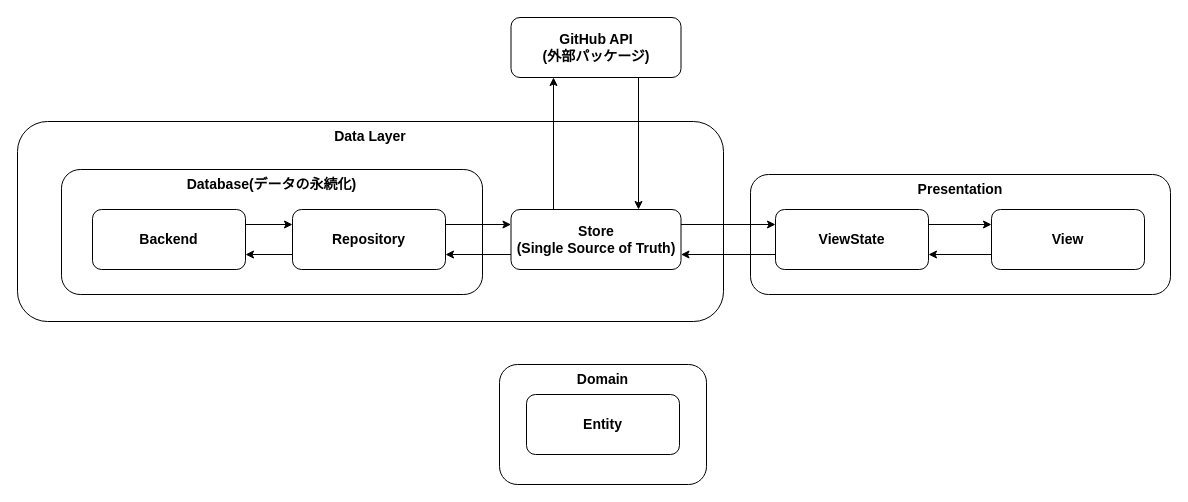
This is GitHubRepositorySearch/GitHubRepositorySearch/Resources/Architecture.drawio from pommdau/github-repository-search, a draw.io file, before an edit. Source tidied: cells renumbered, new cells numbered last; positions are measured from the earlier drawing's top-left corner, leaving out a move shared by most shapes. Both pictures are drawn from the tidied source at 100%, with x=0, y=0 at pixel (17, 17).
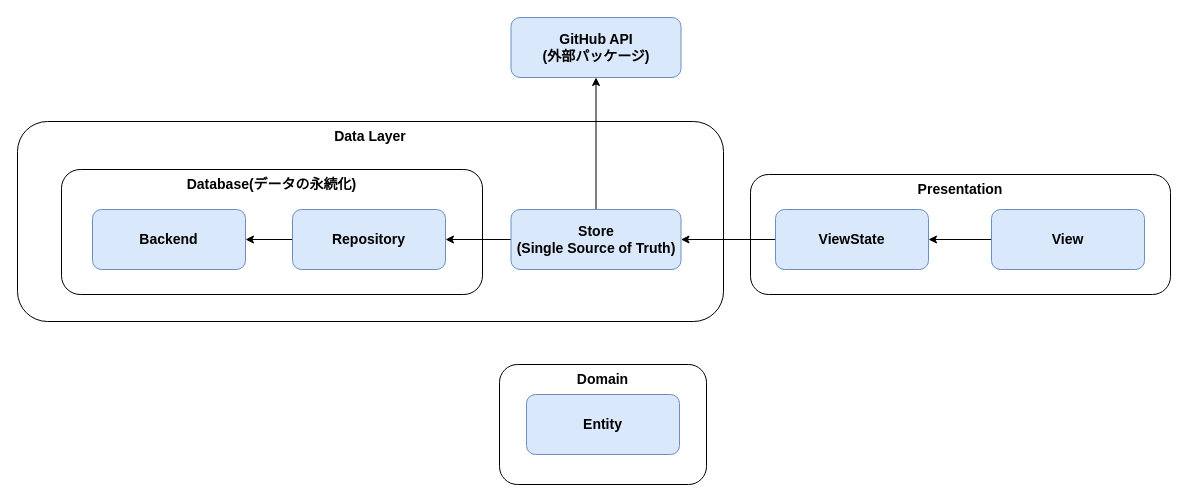
Above is the later version.

The edit, as a diff of the source:
```diff
@@
-    <mxCell id="5" style="edgeStyle=orthogonalEdgeStyle;rounded=0;jettySize=auto;html=1;exitX=0.75;exitY=1;exitDx=0;exitDy=0;entryX=0.75;entryY=0;entryDx=0;entryDy=0;" parent="1" edge="1" source="6" target="15">
-      <mxGeometry relative="1" as="geometry" />
-    </mxCell>
-    <mxCell id="6" value="GitHub API&lt;br&gt;(外部パッケージ)" style="rounded=1;whiteSpace=wrap;html=1;fontSize=14;fontStyle=1;" parent="1" vertex="1">
+    <mxCell id="6" value="GitHub API&lt;br&gt;(外部パッケージ)" style="rounded=1;whiteSpace=wrap;html=1;fontSize=14;fontStyle=1;fillColor=#dae8fc;strokeColor=#6c8ebf;" parent="1" vertex="1">
       <mxGeometry x="493.5" width="170" height="60" as="geometry" />
     </mxCell>
-    <mxCell id="7" style="edgeStyle=orthogonalEdgeStyle;rounded=0;jettySize=auto;html=1;exitX=0;exitY=0.75;exitDx=0;exitDy=0;entryX=1;entryY=0.75;entryDx=0;entryDy=0;fontSize=14;fontStyle=1;" parent="1" edge="1" source="8" target="11">
+    <mxCell id="7" style="edgeStyle=orthogonalEdgeStyle;rounded=0;jettySize=auto;html=1;" parent="1" edge="1" source="8" target="11">
       <mxGeometry relative="1" as="geometry" />
     </mxCell>
-    <mxCell id="8" value="View" style="rounded=1;whiteSpace=wrap;html=1;fontSize=14;fontStyle=1;" parent="1" vertex="1">
+    <mxCell id="8" value="View" style="rounded=1;whiteSpace=wrap;html=1;fontSize=14;fontStyle=1;fillColor=#dae8fc;strokeColor=#6c8ebf;" parent="1" vertex="1">
       <mxGeometry x="974" y="192" width="153" height="60" as="geometry" />
     </mxCell>
-    <mxCell id="9" style="edgeStyle=orthogonalEdgeStyle;rounded=0;jettySize=auto;html=1;exitX=1;exitY=0.25;exitDx=0;exitDy=0;entryX=0;entryY=0.25;entryDx=0;entryDy=0;fontSize=14;fontStyle=1;" parent="1" edge="1" source="11" target="8">
-      <mxGeometry relative="1" as="geometry" />
-    </mxCell>
-    <mxCell id="10" style="edgeStyle=orthogonalEdgeStyle;rounded=0;jettySize=auto;html=1;exitX=0;exitY=0.75;exitDx=0;exitDy=0;entryX=1;entryY=0.75;entryDx=0;entryDy=0;fontSize=14;fontStyle=1;" parent="1" edge="1" source="11" target="15">
+    <mxCell id="10" style="edgeStyle=orthogonalEdgeStyle;rounded=0;jettySize=auto;html=1;exitX=0;exitY=0.5;exitDx=0;exitDy=0;entryX=1;entryY=0.5;entryDx=0;entryDy=0;" parent="1" edge="1" source="11" target="15">
       <mxGeometry relative="1" as="geometry" />
     </mxCell>
-    <mxCell id="11" value="ViewState" style="rounded=1;whiteSpace=wrap;html=1;fontSize=14;fontStyle=1;" parent="1" vertex="1">
+    <mxCell id="11" value="ViewState" style="rounded=1;whiteSpace=wrap;html=1;fontSize=14;fontStyle=1;fillColor=#dae8fc;strokeColor=#6c8ebf;" parent="1" vertex="1">
       <mxGeometry x="758" y="192" width="153" height="60" as="geometry" />
     </mxCell>
-    <mxCell id="12" style="edgeStyle=orthogonalEdgeStyle;rounded=0;jettySize=auto;html=1;exitX=0;exitY=0.75;exitDx=0;exitDy=0;entryX=1;entryY=0.75;entryDx=0;entryDy=0;fontSize=14;fontStyle=1;" parent="1" edge="1" source="15" target="18">
+    <mxCell id="12" style="edgeStyle=orthogonalEdgeStyle;rounded=0;jettySize=auto;html=1;exitX=0;exitY=0.5;exitDx=0;exitDy=0;" parent="1" edge="1" source="15" target="18">
       <mxGeometry relative="1" as="geometry" />
     </mxCell>
-    <mxCell id="13" style="edgeStyle=orthogonalEdgeStyle;rounded=0;jettySize=auto;html=1;exitX=1;exitY=0.25;exitDx=0;exitDy=0;entryX=0;entryY=0.25;entryDx=0;entryDy=0;fontSize=14;fontStyle=1;" parent="1" edge="1" source="15" target="11">
-      <mxGeometry relative="1" as="geometry" />
-    </mxCell>
-    <mxCell id="14" style="edgeStyle=orthogonalEdgeStyle;rounded=0;jettySize=auto;html=1;exitX=0.25;exitY=0;exitDx=0;exitDy=0;entryX=0.25;entryY=1;entryDx=0;entryDy=0;" parent="1" edge="1" source="15" target="6">
+    <mxCell id="14" style="edgeStyle=orthogonalEdgeStyle;rounded=0;jettySize=auto;html=1;exitX=0.5;exitY=0;exitDx=0;exitDy=0;entryX=0.5;entryY=1;entryDx=0;entryDy=0;" parent="1" edge="1" source="15" target="6">
       <mxGeometry relative="1" as="geometry" />
     </mxCell>
-    <mxCell id="15" value="Store&lt;br&gt;(Single Source of Truth)" style="rounded=1;whiteSpace=wrap;html=1;fontSize=14;fontStyle=1;" parent="1" vertex="1">
+    <mxCell id="15" value="Store&lt;br&gt;(Single Source of Truth)" style="rounded=1;whiteSpace=wrap;html=1;fontSize=14;fontStyle=1;fillColor=#dae8fc;strokeColor=#6c8ebf;" parent="1" vertex="1">
       <mxGeometry x="493.5" y="192" width="170" height="60" as="geometry" />
     </mxCell>
-    <mxCell id="16" style="edgeStyle=orthogonalEdgeStyle;rounded=0;jettySize=auto;html=1;exitX=0;exitY=0.75;exitDx=0;exitDy=0;entryX=1;entryY=0.75;entryDx=0;entryDy=0;fontSize=14;fontStyle=1;" parent="1" edge="1" source="18" target="20">
+    <mxCell id="16" style="edgeStyle=orthogonalEdgeStyle;rounded=0;jettySize=auto;html=1;exitX=0;exitY=0.5;exitDx=0;exitDy=0;" parent="1" edge="1" source="18" target="20">
       <mxGeometry relative="1" as="geometry" />
     </mxCell>
-    <mxCell id="17" style="edgeStyle=orthogonalEdgeStyle;rounded=0;jettySize=auto;html=1;exitX=1;exitY=0.25;exitDx=0;exitDy=0;entryX=0;entryY=0.25;entryDx=0;entryDy=0;fontSize=14;fontStyle=1;" parent="1" edge="1" source="18" target="15">
-      <mxGeometry relative="1" as="geometry" />
-    </mxCell>
-    <mxCell id="18" value="Repository" style="rounded=1;whiteSpace=wrap;html=1;fontSize=14;fontStyle=1;" parent="1" vertex="1">
+    <mxCell id="18" value="Repository" style="rounded=1;whiteSpace=wrap;html=1;fontSize=14;fontStyle=1;fillColor=#dae8fc;strokeColor=#6c8ebf;" parent="1" vertex="1">
       <mxGeometry x="275" y="192" width="153" height="60" as="geometry" />
     </mxCell>
-    <mxCell id="19" style="edgeStyle=orthogonalEdgeStyle;rounded=0;jettySize=auto;html=1;exitX=1;exitY=0.25;exitDx=0;exitDy=0;entryX=0;entryY=0.25;entryDx=0;entryDy=0;fontSize=14;fontStyle=1;" parent="1" edge="1" source="20" target="18">
-      <mxGeometry relative="1" as="geometry" />
-    </mxCell>
-    <mxCell id="20" value="Backend" style="rounded=1;whiteSpace=wrap;html=1;fontSize=14;fontStyle=1;" parent="1" vertex="1">
+    <mxCell id="20" value="Backend" style="rounded=1;whiteSpace=wrap;html=1;fontSize=14;fontStyle=1;fillColor=#dae8fc;strokeColor=#6c8ebf;" parent="1" vertex="1">
       <mxGeometry x="75" y="192" width="153" height="60" as="geometry" />
     </mxCell>
-    <mxCell id="21" style="group;fontSize=14;fontStyle=1;" parent="1" vertex="1">
+    <mxCell id="21" style="group;fontSize=14;fontStyle=1;fillColor=none;strokeColor=none;" parent="1" vertex="1">
       <mxGeometry x="482" y="347" width="207" height="120" as="geometry" />
     </mxCell>
@@
-    <mxCell id="23" value="Entity" style="rounded=1;whiteSpace=wrap;html=1;fontSize=14;fontStyle=1;" parent="21" vertex="1">
+    <mxCell id="23" value="Entity" style="rounded=1;whiteSpace=wrap;html=1;fontSize=14;fontStyle=1;fillColor=#dae8fc;strokeColor=#6c8ebf;" parent="21" vertex="1">
       <mxGeometry x="27" y="30" width="153" height="60" as="geometry" />
     </mxCell>
```
